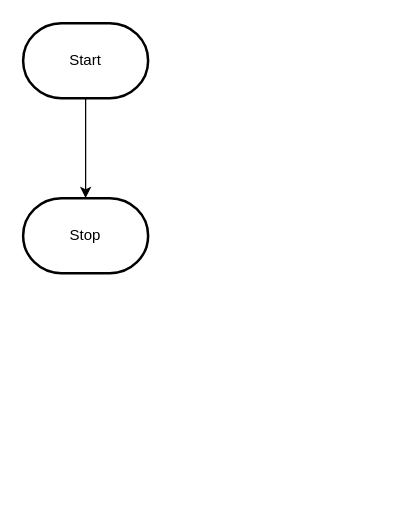
Above: design/flowchart.drawio in MTHS-ICS2O-2-2022/ICS2O-Unit-5-01-ics2o-2-2022 (draw.io), before the change. Source tidied: cells renumbered, new cells numbered last; positions are measured from the earlier drawing's top-left corner, leaving out a move shared by most shapes. Both pictures are drawn from the tidied source at 125%, with x=0, y=0 at pixel (22, 22).
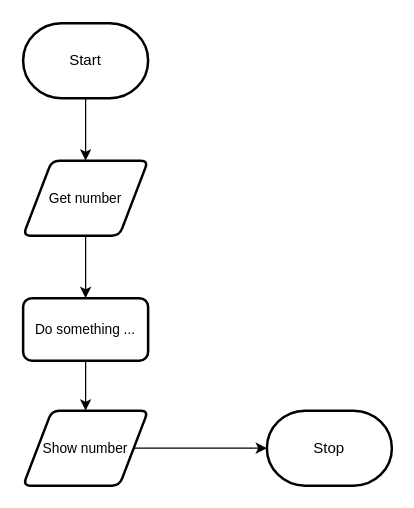
The same diagram, later.

What changed in the source:
```diff
@@
 <mxGraphModel>
   <root>
     <mxCell id="0" />
     <mxCell id="1" parent="0" />
-    <mxCell id="2" style="edgeStyle=orthogonalEdgeStyle;html=1;rounded=0;" parent="1" edge="1" source="3" target="4">
-      <mxGeometry relative="1" as="geometry" />
-    </mxCell>
+    <mxCell id="5" style="edgeStyle=orthogonalEdgeStyle;shape=connector;rounded=0;html=1;labelBackgroundColor=default;strokeColor=default;fontFamily=Helvetica;fontSize=11;fontColor=default;endArrow=classic;" parent="1" edge="1" source="3" target="2">
+      <mxGeometry relative="1" as="geometry" />
+    </mxCell>
     <mxCell id="3" value="Start" style="strokeWidth=2;html=1;shape=mxgraph.flowchart.terminator;whiteSpace=wrap;" parent="1" vertex="1">
       <mxGeometry width="100" height="60" as="geometry" />
     </mxCell>
     <mxCell id="4" value="Stop" style="strokeWidth=2;html=1;shape=mxgraph.flowchart.terminator;whiteSpace=wrap;" parent="1" vertex="1">
-      <mxGeometry y="140" width="100" height="60" as="geometry" />
+      <mxGeometry x="195" y="310" width="100" height="60" as="geometry" />
     </mxCell>
+    <mxCell id="6" style="edgeStyle=orthogonalEdgeStyle;shape=connector;rounded=0;html=1;labelBackgroundColor=default;strokeColor=default;fontFamily=Helvetica;fontSize=11;fontColor=default;endArrow=classic;" parent="1" edge="1" source="2" target="8">
+      <mxGeometry relative="1" as="geometry" />
+    </mxCell>
+    <mxCell id="2" value="Get number" style="shape=parallelogram;html=1;strokeWidth=2;perimeter=parallelogramPerimeter;whiteSpace=wrap;rounded=1;arcSize=12;size=0.23;fontFamily=Helvetica;fontSize=11;fontColor=default;" parent="1" vertex="1">
+      <mxGeometry y="110" width="100" height="60" as="geometry" />
+    </mxCell>
+    <mxCell id="7" style="edgeStyle=orthogonalEdgeStyle;shape=connector;rounded=0;html=1;labelBackgroundColor=default;strokeColor=default;fontFamily=Helvetica;fontSize=11;fontColor=default;endArrow=classic;" parent="1" edge="1" source="8" target="10">
+      <mxGeometry relative="1" as="geometry" />
+    </mxCell>
+    <mxCell id="8" value="Do something ..." style="rounded=1;whiteSpace=wrap;html=1;absoluteArcSize=1;arcSize=14;strokeWidth=2;fontFamily=Helvetica;fontSize=11;fontColor=default;" parent="1" vertex="1">
+      <mxGeometry y="220" width="100" height="50" as="geometry" />
+    </mxCell>
+    <mxCell id="9" style="edgeStyle=orthogonalEdgeStyle;shape=connector;rounded=0;html=1;entryX=0;entryY=0.5;entryDx=0;entryDy=0;entryPerimeter=0;labelBackgroundColor=default;strokeColor=default;fontFamily=Helvetica;fontSize=11;fontColor=default;endArrow=classic;" parent="1" edge="1" source="10" target="4">
+      <mxGeometry relative="1" as="geometry" />
+    </mxCell>
+    <mxCell id="10" value="Show number" style="shape=parallelogram;html=1;strokeWidth=2;perimeter=parallelogramPerimeter;whiteSpace=wrap;rounded=1;arcSize=12;size=0.23;fontFamily=Helvetica;fontSize=11;fontColor=default;" parent="1" vertex="1">
+      <mxGeometry y="310" width="100" height="60" as="geometry" />
+    </mxCell>
   </root>
 </mxGraphModel>
```
